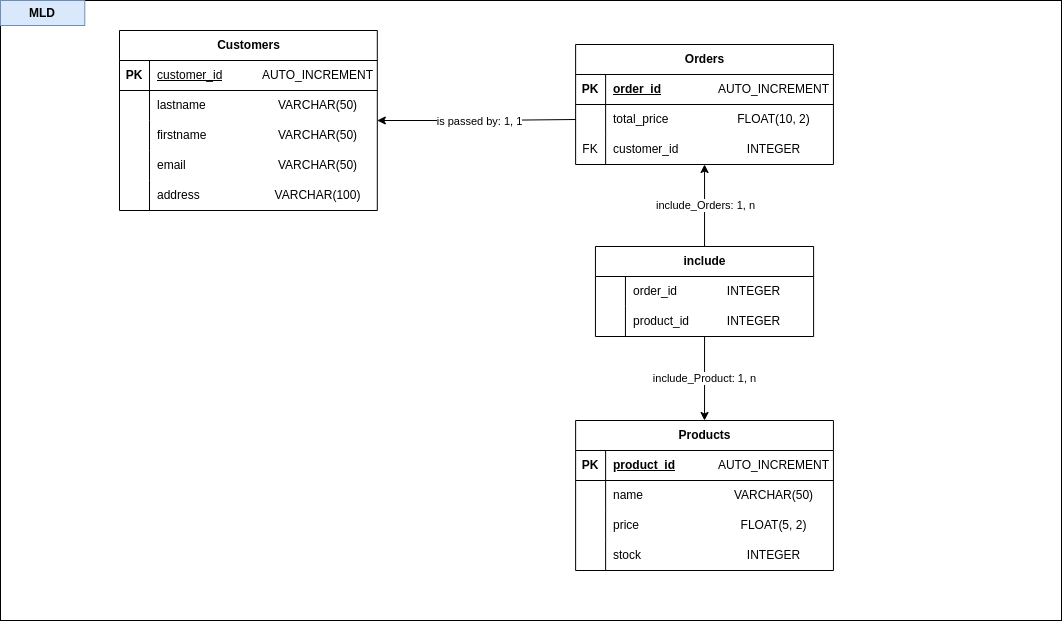
Huriaux/template-repository keeps this draw.io diagram as doc/Merise/TP-MERISE-MLD.drawio.png. Above is the earlier version. Source tidied: cells renumbered, new cells last; positions are measured from the earlier drawing's top-left corner, leaving out a move shared by most shapes.
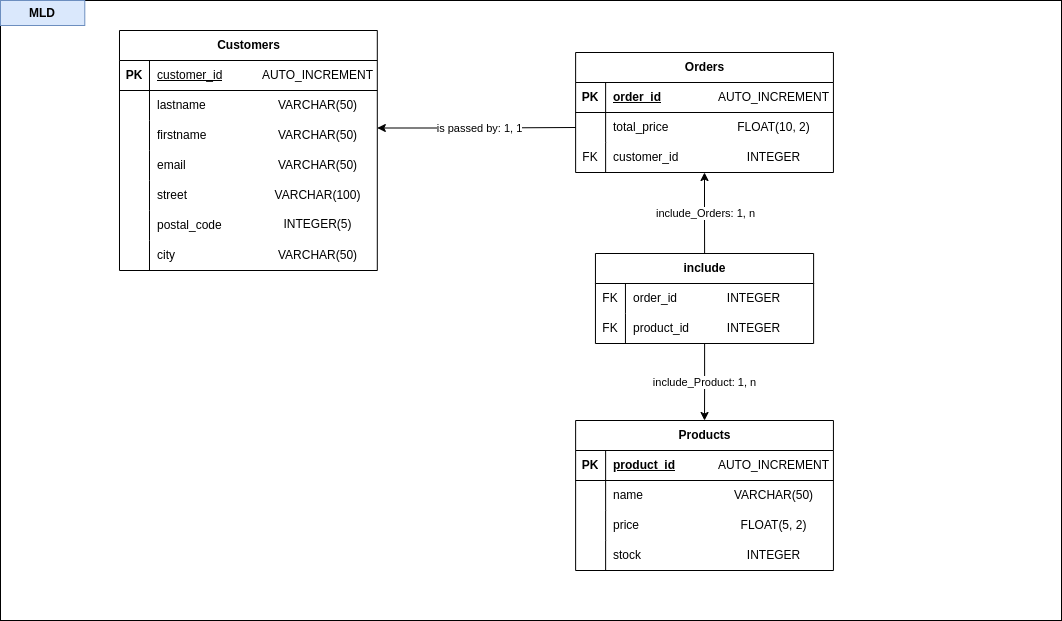
After the change.

Commit message:
chore(MERISE): correction MCD, MLD, Data dictionnary and MPD, on the Customers Table, 'address' attribute did not correspond to 1NF

Change to the diagram source:
```diff
@@ -66,7 +66,7 @@
       <mxGeometry x="138.8" y="120" width="119" height="30" as="geometry" />
     </mxCell>
     <mxCell id="23" style="group;" parent="2" vertex="1">
-      <mxGeometry x="575.1" y="44" width="257.8" height="120" as="geometry" />
+      <mxGeometry x="575.1" y="52" width="257.8" height="120" as="geometry" />
     </mxCell>
     <mxCell id="24" style="group;" parent="23" vertex="1">
       <mxGeometry width="257.8" height="90" as="geometry" />
@@ -114,7 +114,7 @@
       <mxGeometry x="119" y="30" width="257.8" height="180" as="geometry" />
     </mxCell>
     <mxCell id="39" value="Customers" style="shape=table;startSize=30;rowLines=0;fontStyle=1;align=center;html=1;" parent="38" vertex="1">
-      <mxGeometry width="257.8" height="180" as="geometry" />
+      <mxGeometry width="257.8" height="240" as="geometry" />
     </mxCell>
     <mxCell id="40" style="shape=tableRow;horizontal=0;startSize=0;swimlaneHead=0;swimlaneBody=0;fillColor=none;top=0;left=0;right=0;bottom=1;" parent="39" vertex="1">
       <mxGeometry y="30" width="257.8" height="30" as="geometry" />
@@ -158,9 +158,27 @@
     <mxCell id="53" style="shape=partialRectangle;fillColor=none;top=0;left=0;bottom=0;right=0;overflow=hidden;whiteSpace=wrap;html=1;" parent="52" vertex="1">
       <mxGeometry width="30" height="30" as="geometry" />
     </mxCell>
-    <mxCell id="54" value="address" style="shape=partialRectangle;fillColor=none;top=0;left=0;bottom=0;right=0;align=left;spacingLeft=6;overflow=hidden;whiteSpace=wrap;html=1;" parent="52" vertex="1">
+    <mxCell id="54" value="street" style="shape=partialRectangle;fillColor=none;top=0;left=0;bottom=0;right=0;align=left;spacingLeft=6;overflow=hidden;whiteSpace=wrap;html=1;" parent="52" vertex="1">
       <mxGeometry x="30" width="227.8" height="30" as="geometry" />
     </mxCell>
+    <mxCell id="76" style="shape=tableRow;horizontal=0;startSize=0;swimlaneHead=0;swimlaneBody=0;fillColor=none;top=0;left=0;right=0;bottom=0;" parent="39" vertex="1">
+      <mxGeometry y="180" width="257.8" height="30" as="geometry" />
+    </mxCell>
+    <mxCell id="77" style="shape=partialRectangle;fillColor=none;top=0;left=0;bottom=0;right=0;overflow=hidden;whiteSpace=wrap;html=1;" parent="76" vertex="1">
+      <mxGeometry width="30" height="30" as="geometry" />
+    </mxCell>
+    <mxCell id="78" value="postal_code" style="shape=partialRectangle;fillColor=none;top=0;left=0;bottom=0;right=0;align=left;spacingLeft=6;overflow=hidden;whiteSpace=wrap;html=1;" parent="76" vertex="1">
+      <mxGeometry x="30" width="227.8" height="30" as="geometry" />
+    </mxCell>
+    <mxCell id="79" style="shape=tableRow;horizontal=0;startSize=0;swimlaneHead=0;swimlaneBody=0;fillColor=none;top=0;left=0;right=0;bottom=0;" parent="39" vertex="1">
+      <mxGeometry y="210" width="257.8" height="30" as="geometry" />
+    </mxCell>
+    <mxCell id="80" style="shape=partialRectangle;fillColor=none;top=0;left=0;bottom=0;right=0;overflow=hidden;whiteSpace=wrap;html=1;" parent="79" vertex="1">
+      <mxGeometry width="30" height="30" as="geometry" />
+    </mxCell>
+    <mxCell id="81" value="city" style="shape=partialRectangle;fillColor=none;top=0;left=0;bottom=0;right=0;align=left;spacingLeft=6;overflow=hidden;whiteSpace=wrap;html=1;" parent="79" vertex="1">
+      <mxGeometry x="30" width="227.8" height="30" as="geometry" />
+    </mxCell>
     <mxCell id="55" value="AUTO_INCREMENT" style="text;html=1;align=center;verticalAlign=middle;whiteSpace=wrap;rounded=0;" parent="38" vertex="1">
       <mxGeometry x="138.8" y="30" width="119" height="30" as="geometry" />
     </mxCell>
@@ -177,7 +195,7 @@
       <mxGeometry x="138.8" y="120" width="119" height="30" as="geometry" />
     </mxCell>
     <mxCell id="60" style="group;" parent="2" vertex="1">
-      <mxGeometry x="595" y="246" width="218.1" height="90" as="geometry" />
+      <mxGeometry x="595" y="253" width="218.1" height="90" as="geometry" />
     </mxCell>
     <mxCell id="61" value="include" style="shape=table;startSize=30;rowLines=0;fontStyle=1;align=center;html=1;" parent="60" vertex="1">
       <mxGeometry width="218.1" height="90" as="geometry" />
@@ -185,7 +203,7 @@
     <mxCell id="62" style="shape=tableRow;horizontal=0;startSize=0;swimlaneHead=0;swimlaneBody=0;fillColor=none;top=0;left=0;right=0;bottom=0;" parent="61" vertex="1">
       <mxGeometry y="30" width="218.1" height="30" as="geometry" />
     </mxCell>
-    <mxCell id="63" style="shape=partialRectangle;fillColor=none;top=0;left=0;bottom=0;right=0;overflow=hidden;whiteSpace=wrap;html=1;" parent="62" vertex="1">
+    <mxCell id="63" value="FK" style="shape=partialRectangle;fillColor=none;top=0;left=0;bottom=0;right=0;overflow=hidden;whiteSpace=wrap;html=1;" parent="62" vertex="1">
       <mxGeometry width="30" height="30" as="geometry" />
     </mxCell>
     <mxCell id="64" value="order_id" style="shape=partialRectangle;fillColor=none;top=0;left=0;bottom=0;right=0;align=left;spacingLeft=6;overflow=hidden;whiteSpace=wrap;html=1;" parent="62" vertex="1">
@@ -194,7 +212,7 @@
     <mxCell id="65" style="shape=tableRow;horizontal=0;startSize=0;swimlaneHead=0;swimlaneBody=0;fillColor=none;top=0;left=0;right=0;bottom=0;" parent="61" vertex="1">
       <mxGeometry y="60" width="218.1" height="30" as="geometry" />
     </mxCell>
-    <mxCell id="66" style="shape=partialRectangle;fillColor=none;top=0;left=0;bottom=0;right=0;overflow=hidden;whiteSpace=wrap;html=1;" parent="65" vertex="1">
+    <mxCell id="66" value="FK" style="shape=partialRectangle;fillColor=none;top=0;left=0;bottom=0;right=0;overflow=hidden;whiteSpace=wrap;html=1;" parent="65" vertex="1">
       <mxGeometry width="30" height="30" as="geometry" />
     </mxCell>
     <mxCell id="67" value="product_id" style="shape=partialRectangle;fillColor=none;top=0;left=0;bottom=0;right=0;align=left;spacingLeft=6;overflow=hidden;whiteSpace=wrap;html=1;" parent="65" vertex="1">
@@ -206,12 +224,12 @@
     <mxCell id="69" value="INTEGER" style="text;html=1;align=center;verticalAlign=middle;whiteSpace=wrap;rounded=0;" parent="60" vertex="1">
       <mxGeometry x="99.2" y="30" width="119" height="30" as="geometry" />
     </mxCell>
-    <mxCell id="70" style="edgeStyle=orthogonalEdgeStyle;rounded=0;jettySize=auto;html=1;entryX=0;entryY=0.5;entryDx=0;entryDy=0;startArrow=classic;startFill=1;endArrow=none;endFill=0;" parent="2" edge="1" source="39" target="29">
+    <mxCell id="70" style="edgeStyle=orthogonalEdgeStyle;rounded=0;jettySize=auto;html=1;entryX=0;entryY=0.5;entryDx=0;entryDy=0;startArrow=classic;startFill=1;endArrow=none;endFill=0;exitX=1;exitY=0.25;exitDx=0;exitDy=0;" parent="2" edge="1" source="57" target="29">
       <mxGeometry relative="1" as="geometry" />
     </mxCell>
     <mxCell id="71" value="is passed by: 1, 1" style="edgeLabel;html=1;align=center;verticalAlign=middle;" parent="70" vertex="1">
       <mxGeometry x="0.09" y="-3" relative="1" as="geometry">
-        <mxPoint x="-6" y="-2" as="offset" />
+        <mxPoint x="-6" y="-3" as="offset" />
       </mxGeometry>
     </mxCell>
     <mxCell id="72" style="edgeStyle=orthogonalEdgeStyle;rounded=0;jettySize=auto;html=1;startArrow=classic;startFill=1;endArrow=none;endFill=0;" parent="2" edge="1" source="25" target="61">
@@ -226,5 +244,11 @@
     <mxCell id="75" value="include_Product: 1, n" style="edgeLabel;html=1;align=center;verticalAlign=middle;" parent="74" vertex="1">
       <mxGeometry y="-1" relative="1" as="geometry" />
     </mxCell>
+    <mxCell id="82" value="VARCHAR(50)" style="text;html=1;align=center;verticalAlign=middle;whiteSpace=wrap;rounded=0;" parent="2" vertex="1">
+      <mxGeometry x="257.8" y="240" width="119" height="30" as="geometry" />
+    </mxCell>
+    <mxCell id="83" value="INTEGER(5)" style="text;html=1;align=center;verticalAlign=middle;whiteSpace=wrap;rounded=0;" parent="1" vertex="1">
+      <mxGeometry x="257.8" y="209" width="119" height="30" as="geometry" />
+    </mxCell>
   </root>
 </mxGraphModel>
```
